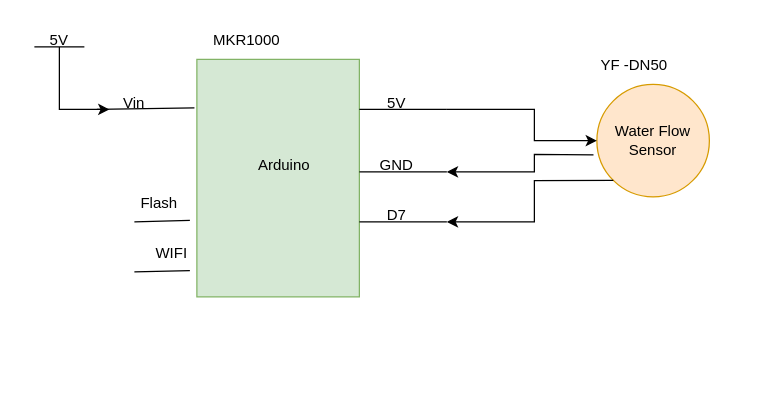
Lilybg/OpenSprinkler-Firmware-CurrentController keeps this draw.io diagram as flowSensor/FeatherExpansionBoard-5.drawio. Above is the earlier version. Source tidied: cells renumbered, new cells numbered last; positions are measured from the earlier drawing's top-left corner, leaving out a move shared by most shapes. Both pictures are drawn from the tidied source at 125%, with x=0, y=0 at pixel (21, 21).
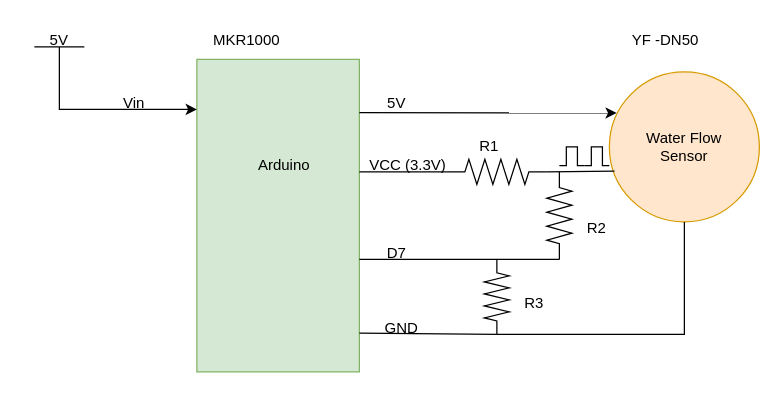
After the change.

Unchanged cells that the change refers to:
```xml
<mxCell id="7" value="5V" style="text;html=1;strokeColor=none;fillColor=none;align=center;verticalAlign=middle;whiteSpace=wrap;rounded=0;" parent="1" vertex="1">
  <mxGeometry x="270" y="50" width="60" height="30" as="geometry" />
</mxCell>
```

Change to the diagram source:
```diff
@@
     <mxCell id="2" style="rounded=0;whiteSpace=wrap;html=1;fillColor=#d5e8d4;strokeColor=#82b366;" parent="1" vertex="1">
-      <mxGeometry x="140" y="30" width="130" height="190" as="geometry" />
+      <mxGeometry x="140" y="30" width="130" height="250" as="geometry" />
     </mxCell>
@@
-    <mxCell id="4" style="endArrow=none;html=1;rounded=0;entryX=-0.015;entryY=0.204;entryDx=0;entryDy=0;entryPerimeter=0;" parent="1" edge="1" target="2">
-      <mxGeometry relative="1" as="geometry">
-        <mxPoint x="60" y="70" as="sourcePoint" />
-      </mxGeometry>
-    </mxCell>
@@
-    <mxCell id="6" style="endArrow=none;html=1;rounded=0;" parent="1" edge="1">
-      <mxGeometry relative="1" as="geometry">
-        <mxPoint x="270" y="70" as="sourcePoint" />
-        <mxPoint x="340" y="70" as="targetPoint" />
-      </mxGeometry>
-    </mxCell>
@@
-    <mxCell id="9" value="GND" style="text;html=1;strokeColor=none;fillColor=none;align=center;verticalAlign=middle;whiteSpace=wrap;rounded=0;" parent="1" vertex="1">
-      <mxGeometry x="270" y="100" width="60" height="30" as="geometry" />
-    </mxCell>
     <mxCell id="10" style="endArrow=none;html=1;rounded=0;" parent="1" edge="1">
       <mxGeometry relative="1" as="geometry">
-        <mxPoint x="270" y="160" as="sourcePoint" />
-        <mxPoint x="340" y="160" as="targetPoint" />
+        <mxPoint x="270" y="190" as="sourcePoint" />
+        <mxPoint x="430" y="190" as="targetPoint" />
       </mxGeometry>
     </mxCell>
     <mxCell id="11" value="D7" style="text;html=1;strokeColor=none;fillColor=none;align=center;verticalAlign=middle;whiteSpace=wrap;rounded=0;" parent="1" vertex="1">
-      <mxGeometry x="270" y="140" width="60" height="30" as="geometry" />
+      <mxGeometry x="270" y="170" width="60" height="30" as="geometry" />
     </mxCell>
     <mxCell id="12" style="ellipse;whiteSpace=wrap;html=1;fillColor=#ffe6cc;strokeColor=#d79b00;" parent="1" vertex="1">
-      <mxGeometry x="460" y="50" width="90" height="90" as="geometry" />
+      <mxGeometry x="470" y="40" width="120" height="120" as="geometry" />
     </mxCell>
-    <mxCell id="13" style="endArrow=classic;html=1;rounded=0;entryX=0;entryY=0.5;entryDx=0;entryDy=0;" parent="1" edge="1" target="12">
-      <mxGeometry relative="1" as="geometry">
-        <mxPoint x="340" y="70" as="sourcePoint" />
-        <Array as="points">
-          <mxPoint x="410" y="70" />
-          <mxPoint x="410" y="95" />
-        </Array>
-      </mxGeometry>
-    </mxCell>
-    <mxCell id="14" style="endArrow=classic;html=1;rounded=0;exitX=-0.03;exitY=0.626;exitDx=0;exitDy=0;exitPerimeter=0;" parent="1" edge="1" source="12">
-      <mxGeometry relative="1" as="geometry">
-        <mxPoint x="340" y="120" as="targetPoint" />
-        <Array as="points">
-          <mxPoint x="410" y="106" />
-          <mxPoint x="410" y="120" />
-        </Array>
-      </mxGeometry>
-    </mxCell>
-    <mxCell id="15" style="endArrow=classic;html=1;rounded=0;exitX=0;exitY=1;exitDx=0;exitDy=0;" parent="1" edge="1" source="12">
-      <mxGeometry relative="1" as="geometry">
-        <mxPoint x="340" y="160" as="targetPoint" />
-        <Array as="points">
-          <mxPoint x="410" y="127" />
-          <mxPoint x="410" y="140" />
-          <mxPoint x="410" y="160" />
-        </Array>
-      </mxGeometry>
-    </mxCell>
     <mxCell id="16" value="YF -DN50" style="text;html=1;strokeColor=none;fillColor=none;align=center;verticalAlign=middle;whiteSpace=wrap;rounded=0;" parent="1" vertex="1">
-      <mxGeometry x="460" y="20" width="60" height="30" as="geometry" />
+      <mxGeometry x="485" width="60" height="30" as="geometry" />
     </mxCell>
@@
     <mxCell id="18" value="Water Flow Sensor" style="text;html=1;strokeColor=none;fillColor=none;align=center;verticalAlign=middle;whiteSpace=wrap;rounded=0;" parent="1" vertex="1">
-      <mxGeometry x="470" y="75" width="70" height="40" as="geometry" />
+      <mxGeometry x="495" y="80" width="70" height="40" as="geometry" />
     </mxCell>
@@
-    <mxCell id="20" style="endArrow=classic;html=1;rounded=0;" parent="1" edge="1">
+    <mxCell id="20" style="endArrow=classic;html=1;rounded=0;entryX=0;entryY=0.16;entryDx=0;entryDy=0;entryPerimeter=0;" parent="1" edge="1" target="2">
       <mxGeometry relative="1" as="geometry">
         <mxPoint x="30" y="20" as="sourcePoint" />
-        <mxPoint x="70" y="70" as="targetPoint" />
         <Array as="points">
           <mxPoint x="30" y="70" />
         </Array>
       </mxGeometry>
     </mxCell>
@@
-    <mxCell id="22" style="endArrow=none;html=1;rounded=0;entryX=-0.043;entryY=0.889;entryDx=0;entryDy=0;entryPerimeter=0;" parent="1" edge="1" target="2">
-      <mxGeometry relative="1" as="geometry">
-        <mxPoint x="90" y="200" as="sourcePoint" />
-      </mxGeometry>
-    </mxCell>
-    <mxCell id="23" value="WIFI" style="text;html=1;strokeColor=none;fillColor=none;align=center;verticalAlign=middle;whiteSpace=wrap;rounded=0;" parent="1" vertex="1">
-      <mxGeometry x="90" y="170" width="60" height="30" as="geometry" />
-    </mxCell>
-    <mxCell id="24" style="endArrow=none;html=1;rounded=0;entryX=-0.043;entryY=0.678;entryDx=0;entryDy=0;entryPerimeter=0;" parent="1" edge="1" target="2">
-      <mxGeometry relative="1" as="geometry">
-        <mxPoint x="90" y="160" as="sourcePoint" />
-      </mxGeometry>
-    </mxCell>
-    <mxCell id="25" value="Flash" style="text;html=1;strokeColor=none;fillColor=none;align=center;verticalAlign=middle;whiteSpace=wrap;rounded=0;" parent="1" vertex="1">
-      <mxGeometry x="80" y="130" width="60" height="30" as="geometry" />
-    </mxCell>
+    <mxCell id="26" style="endArrow=none;html=1;rounded=0;exitX=1;exitY=0.5;exitDx=0;exitDy=0;exitPerimeter=0;" parent="1" edge="1" source="31">
+      <mxGeometry relative="1" as="geometry">
+        <mxPoint x="270" y="249" as="targetPoint" />
+      </mxGeometry>
+    </mxCell>
+    <mxCell id="27" value="VCC (3.3V)" style="text;html=1;strokeColor=none;fillColor=none;align=center;verticalAlign=middle;whiteSpace=wrap;rounded=0;" parent="1" vertex="1">
+      <mxGeometry x="274" y="100" width="70" height="30" as="geometry" />
+    </mxCell>
+    <mxCell id="28" style="verticalLabelPosition=bottom;shadow=0;dashed=0;align=center;html=1;verticalAlign=top;shape=mxgraph.electrical.resistors.resistor_2;" parent="1" vertex="1">
+      <mxGeometry x="340" y="110" width="80" height="20" as="geometry" />
+    </mxCell>
+    <mxCell id="29" value="R1" style="text;html=1;strokeColor=none;fillColor=none;align=center;verticalAlign=middle;whiteSpace=wrap;rounded=0;" parent="1" vertex="1">
+      <mxGeometry x="344" y="85" width="60" height="30" as="geometry" />
+    </mxCell>
+    <mxCell id="30" style="verticalLabelPosition=bottom;shadow=0;dashed=0;align=center;html=1;verticalAlign=top;shape=mxgraph.electrical.resistors.resistor_2;direction=south;" parent="1" vertex="1">
+      <mxGeometry x="420" y="120" width="20" height="70" as="geometry" />
+    </mxCell>
+    <mxCell id="31" style="verticalLabelPosition=bottom;shadow=0;dashed=0;align=center;html=1;verticalAlign=top;shape=mxgraph.electrical.resistors.resistor_2;direction=south;" parent="1" vertex="1">
+      <mxGeometry x="370" y="190" width="20" height="60" as="geometry" />
+    </mxCell>
+    <mxCell id="9" value="GND" style="text;html=1;strokeColor=none;fillColor=none;align=center;verticalAlign=middle;whiteSpace=wrap;rounded=0;" parent="1" vertex="1">
+      <mxGeometry x="274" y="230" width="60" height="30" as="geometry" />
+    </mxCell>
+    <mxCell id="32" style="endArrow=classic;html=1;rounded=0;exitX=0;exitY=0.75;exitDx=0;exitDy=0;entryX=0.049;entryY=0.274;entryDx=0;entryDy=0;entryPerimeter=0;" parent="1" edge="1" source="7" target="12">
+      <mxGeometry relative="1" as="geometry" />
+    </mxCell>
+    <mxCell id="33" style="endArrow=none;html=1;rounded=0;entryX=1;entryY=0.5;entryDx=0;entryDy=0;entryPerimeter=0;exitX=0.034;exitY=0.661;exitDx=0;exitDy=0;exitPerimeter=0;" parent="1" edge="1" source="12" target="28">
+      <mxGeometry relative="1" as="geometry" />
+    </mxCell>
+    <mxCell id="34" style="verticalLabelPosition=bottom;shadow=0;dashed=0;align=center;html=1;verticalAlign=top;shape=mxgraph.electrical.waveforms.pulse_1;" parent="1" vertex="1">
+      <mxGeometry x="450" y="100" width="20" height="15" as="geometry" />
+    </mxCell>
+    <mxCell id="35" style="verticalLabelPosition=bottom;shadow=0;dashed=0;align=center;html=1;verticalAlign=top;shape=mxgraph.electrical.waveforms.pulse_1;" parent="1" vertex="1">
+      <mxGeometry x="430" y="100" width="20" height="15" as="geometry" />
+    </mxCell>
+    <mxCell id="36" style="endArrow=none;html=1;rounded=0;exitX=1;exitY=0.5;exitDx=0;exitDy=0;exitPerimeter=0;entryX=0.5;entryY=1;entryDx=0;entryDy=0;" parent="1" edge="1" source="31" target="12">
+      <mxGeometry relative="1" as="geometry">
+        <Array as="points">
+          <mxPoint x="530" y="250" />
+        </Array>
+      </mxGeometry>
+    </mxCell>
+    <mxCell id="37" value="R2" style="text;html=1;strokeColor=none;fillColor=none;align=center;verticalAlign=middle;whiteSpace=wrap;rounded=0;" parent="1" vertex="1">
+      <mxGeometry x="430" y="150" width="60" height="30" as="geometry" />
+    </mxCell>
+    <mxCell id="38" value="R3" style="text;html=1;strokeColor=none;fillColor=none;align=center;verticalAlign=middle;whiteSpace=wrap;rounded=0;" parent="1" vertex="1">
+      <mxGeometry x="380" y="210" width="60" height="30" as="geometry" />
+    </mxCell>
```
